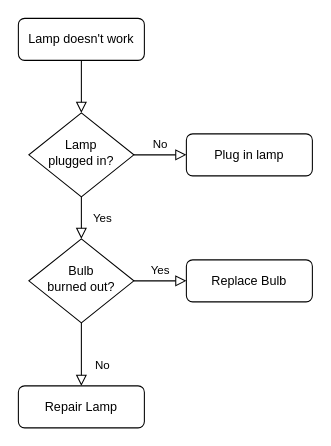
The draw.io diagram static/未命名绘图.drawio in suliri/akali_0_0_1, before the edit. Source tidied: cells renumbered, new cells numbered last; positions are measured from the earlier drawing's top-left corner, leaving out a move shared by most shapes. Both pictures are drawn from the tidied source at 105%, with x=0, y=0 at pixel (18, 18).
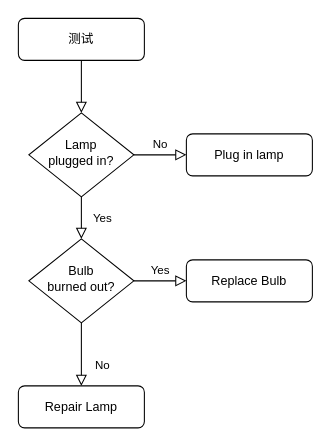
After the change.

Commit message:
更新未命名绘图.drawio

Change to the diagram source:
```diff
@@
 <mxGraphModel>
   <root>
     <mxCell id="0" />
     <mxCell id="1" parent="0" />
     <mxCell id="2" style="rounded=0;html=1;jettySize=auto;fontSize=11;endArrow=block;endFill=0;endSize=8;strokeWidth=1;shadow=0;labelBackgroundColor=none;edgeStyle=orthogonalEdgeStyle;" parent="1" edge="1" source="3" target="6">
       <mxGeometry relative="1" as="geometry" />
     </mxCell>
-    <mxCell id="3" value="Lamp doesn't work" style="rounded=1;whiteSpace=wrap;html=1;fontSize=12;glass=0;strokeWidth=1;shadow=0;" parent="1" vertex="1">
+    <mxCell id="3" value="测试" style="rounded=1;whiteSpace=wrap;html=1;fontSize=12;glass=0;strokeWidth=1;shadow=0;" parent="1" vertex="1">
       <mxGeometry width="120" height="40" as="geometry" />
     </mxCell>
     <mxCell id="4" value="Yes" style="rounded=0;html=1;jettySize=auto;fontSize=11;endArrow=block;endFill=0;endSize=8;strokeWidth=1;shadow=0;labelBackgroundColor=none;edgeStyle=orthogonalEdgeStyle;" parent="1" edge="1" source="6" target="10">
       <mxGeometry y="20" relative="1" as="geometry" />
     </mxCell>
     <mxCell id="5" value="No" style="edgeStyle=orthogonalEdgeStyle;rounded=0;html=1;jettySize=auto;fontSize=11;endArrow=block;endFill=0;endSize=8;strokeWidth=1;shadow=0;labelBackgroundColor=none;" parent="1" edge="1" source="6" target="7">
       <mxGeometry y="10" relative="1" as="geometry" />
     </mxCell>
     <mxCell id="6" value="Lamp&lt;br&gt;plugged in?" style="rhombus;whiteSpace=wrap;html=1;shadow=0;fontFamily=Helvetica;fontSize=12;align=center;strokeWidth=1;spacing=6;spacingTop=-4;" parent="1" vertex="1">
       <mxGeometry x="10" y="90" width="100" height="80" as="geometry" />
     </mxCell>
     <mxCell id="7" value="Plug in lamp" style="rounded=1;whiteSpace=wrap;html=1;fontSize=12;glass=0;strokeWidth=1;shadow=0;" parent="1" vertex="1">
       <mxGeometry x="160" y="110" width="120" height="40" as="geometry" />
     </mxCell>
     <mxCell id="8" value="No" style="rounded=0;html=1;jettySize=auto;fontSize=11;endArrow=block;endFill=0;endSize=8;strokeWidth=1;shadow=0;labelBackgroundColor=none;edgeStyle=orthogonalEdgeStyle;" parent="1" edge="1" source="10" target="11">
       <mxGeometry x="0.33" y="20" relative="1" as="geometry" />
     </mxCell>
     <mxCell id="9" value="Yes" style="edgeStyle=orthogonalEdgeStyle;rounded=0;html=1;jettySize=auto;fontSize=11;endArrow=block;endFill=0;endSize=8;strokeWidth=1;shadow=0;labelBackgroundColor=none;" parent="1" edge="1" source="10" target="12">
       <mxGeometry y="10" relative="1" as="geometry" />
     </mxCell>
     <mxCell id="10" value="Bulb&lt;br&gt;burned out?" style="rhombus;whiteSpace=wrap;html=1;shadow=0;fontFamily=Helvetica;fontSize=12;align=center;strokeWidth=1;spacing=6;spacingTop=-4;" parent="1" vertex="1">
       <mxGeometry x="10" y="210" width="100" height="80" as="geometry" />
     </mxCell>
     <mxCell id="11" value="Repair Lamp" style="rounded=1;whiteSpace=wrap;html=1;fontSize=12;glass=0;strokeWidth=1;shadow=0;" parent="1" vertex="1">
       <mxGeometry y="350" width="120" height="40" as="geometry" />
     </mxCell>
     <mxCell id="12" value="Replace Bulb" style="rounded=1;whiteSpace=wrap;html=1;fontSize=12;glass=0;strokeWidth=1;shadow=0;" parent="1" vertex="1">
       <mxGeometry x="160" y="230" width="120" height="40" as="geometry" />
     </mxCell>
   </root>
 </mxGraphModel>
```
